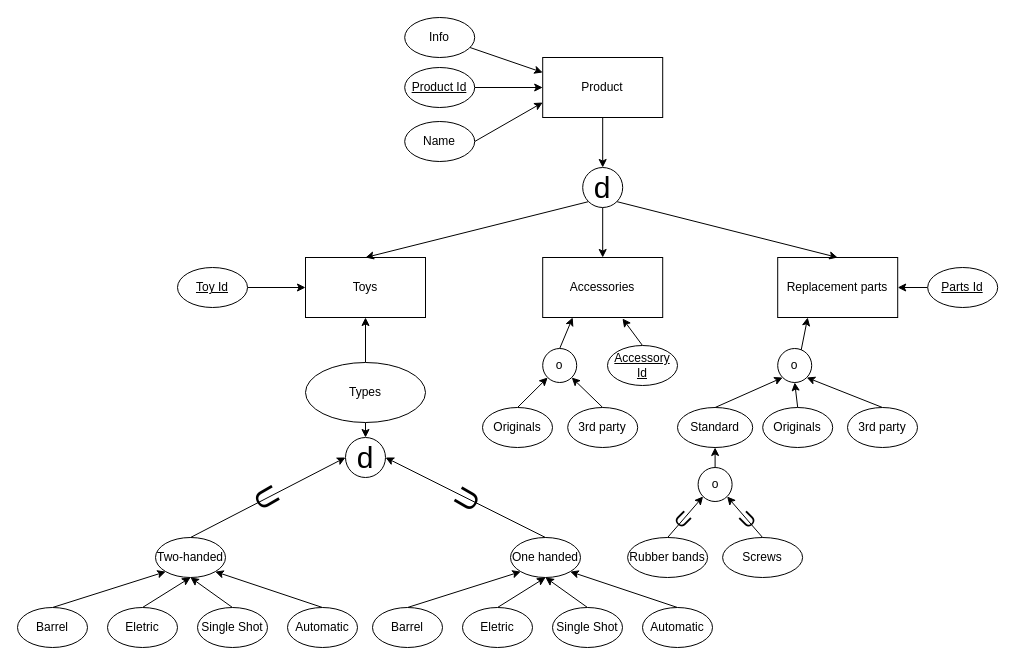
Above: Data Engineer/Main Studies/Module 6 - Database and Data Warehouse/D1/task2.drawio in m-c-v-k/Portfolio (draw.io), before the change. Source tidied: cells renumbered, new cells numbered last; positions are measured from the earlier drawing's top-left corner, leaving out a move shared by most shapes. Both pictures are drawn from the tidied source at 100%, with x=0, y=0 at pixel (17, 17).
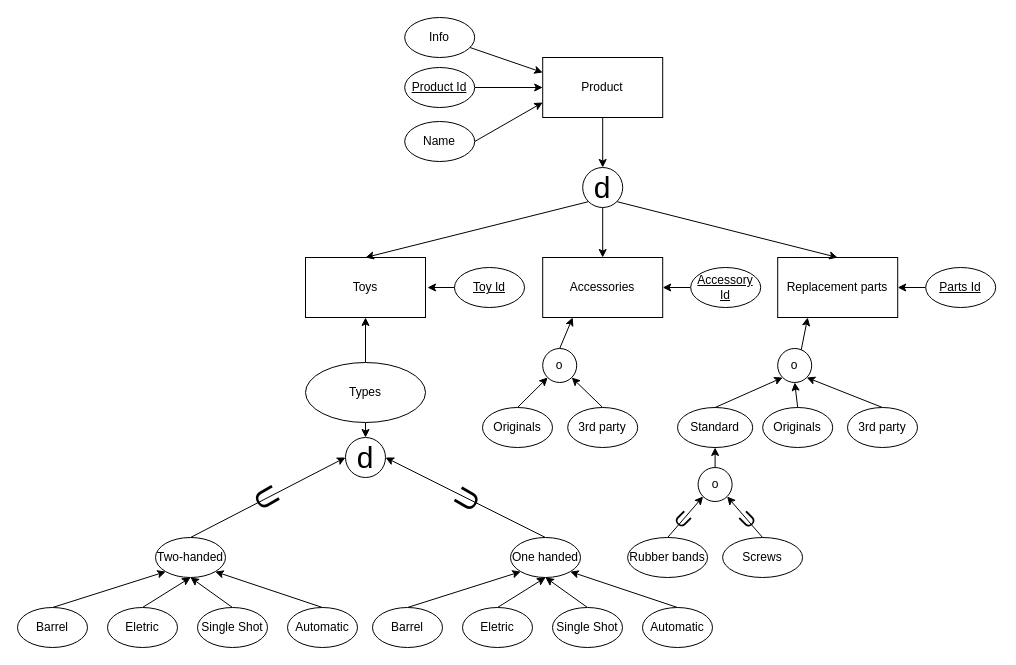
The same diagram, later.

Commit message:
Minor change fonr continuity

Unchanged cells that the change refers to:
```xml
<mxCell id="2" value="Toys" style="rounded=0;whiteSpace=wrap;html=1;" parent="1" vertex="1">
  <mxGeometry x="288" y="240" width="120" height="60" as="geometry" />
</mxCell>
<mxCell id="3" value="Accessories" style="rounded=0;whiteSpace=wrap;html=1;" parent="1" vertex="1">
  <mxGeometry x="525.2" y="240" width="120" height="60" as="geometry" />
</mxCell>
```

What changed in the source:
```diff
@@
-    <mxCell id="20" style="edgeStyle=none;html=1;exitX=1;exitY=0.5;exitDx=0;exitDy=0;entryX=0;entryY=0.5;entryDx=0;entryDy=0;" parent="1" edge="1" source="24" target="2">
-      <mxGeometry relative="1" as="geometry" />
+    <mxCell id="20" style="edgeStyle=none;html=1;exitX=1;exitY=0.5;exitDx=0;exitDy=0;" parent="1" edge="1" source="24">
+      <mxGeometry relative="1" as="geometry">
+        <mxPoint x="410" y="270" as="targetPoint" />
+      </mxGeometry>
     </mxCell>
@@
     <mxCell id="24" value="&lt;u&gt;Toy Id&lt;/u&gt;" style="ellipse;whiteSpace=wrap;html=1;" parent="1" vertex="1">
-      <mxGeometry x="160" y="250" width="70" height="40" as="geometry" />
+      <mxGeometry x="437" y="250" width="70" height="40" as="geometry" />
     </mxCell>
@@
-    <mxCell id="39" style="edgeStyle=none;html=1;exitX=0.5;exitY=0;exitDx=0;exitDy=0;entryX=0.665;entryY=1.017;entryDx=0;entryDy=0;entryPerimeter=0;" parent="1" edge="1" source="43" target="3">
+    <mxCell id="39" style="edgeStyle=none;html=1;exitX=0;exitY=0.5;exitDx=0;exitDy=0;entryX=1;entryY=0.5;entryDx=0;entryDy=0;" parent="1" edge="1" source="43" target="3">
       <mxGeometry relative="1" as="geometry" />
     </mxCell>
     <mxCell id="40" value="&lt;u&gt;Parts Id&lt;/u&gt;" style="ellipse;whiteSpace=wrap;html=1;" parent="1" vertex="1">
-      <mxGeometry x="910.2" y="250" width="70" height="40" as="geometry" />
+      <mxGeometry x="908.2" y="250" width="70" height="40" as="geometry" />
     </mxCell>
@@
     <mxCell id="43" value="&lt;u&gt;Accessory Id&lt;/u&gt;" style="ellipse;whiteSpace=wrap;html=1;" parent="1" vertex="1">
-      <mxGeometry x="590" y="328" width="70" height="40" as="geometry" />
+      <mxGeometry x="673.2" y="250" width="70" height="40" as="geometry" />
     </mxCell>
```
